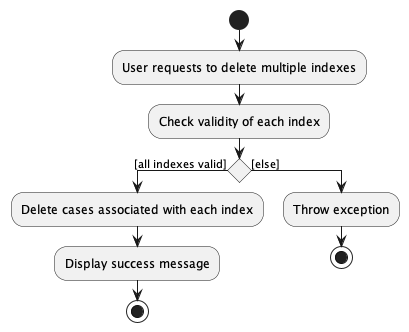
This is docs/images/DeleteMultiIndexActivityDiagram.png from nus-cs2103-AY2223S2/tp, a PlantUML export, as it was before one commit.
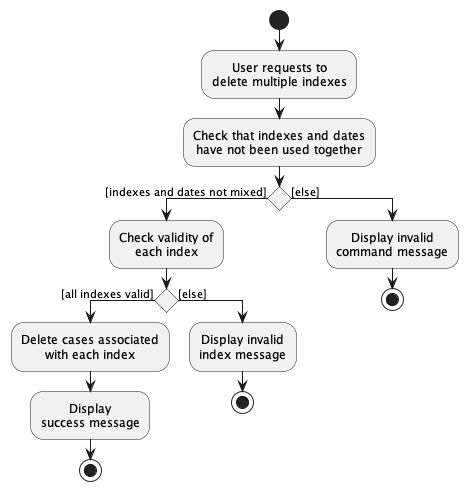
After the change.

Commit message:
Update delete activity diagrams

Change to the diagram source:
```diff
@@ -1,16 +1,22 @@
 @startuml
+skinparam defaultTextAlignment center
 
 start
-:User requests to delete multiple indexes;
-:Check validity of each index;
-
-if () then ([all indexes valid])
-    :Delete cases associated with each index;
-    :Display success message;
-    stop
+:User requests to\ndelete multiple indexes;
+:Check that indexes and dates\nhave not been used together;
+if () then ([indexes and dates not mixed])
+    :Check validity of\neach index;
+    if () then ([all indexes valid])
+        :Delete cases associated\nwith each index;
+        :Display\nsuccess message;
+        stop
+    else ([else])
+        :Display invalid\nindex message;
+        stop
+    endif
 else ([else])
-    :Throw exception;
-    stop
+    :Display invalid\ncommand message;
+    stop;
 endif
 
 @enduml
```
